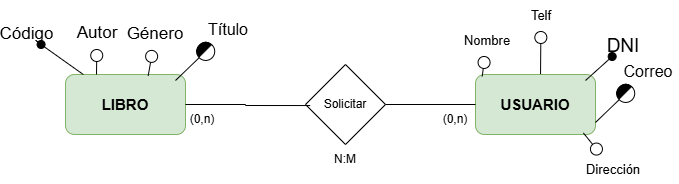
Above: Data Base/Práctica 1Biblioteca.drawio.png in Samue45/1-DAM (draw.io), before the change. Source tidied: cells renumbered, new cells last; positions are measured from the earlier drawing's top-left corner, leaving out a move shared by most shapes.
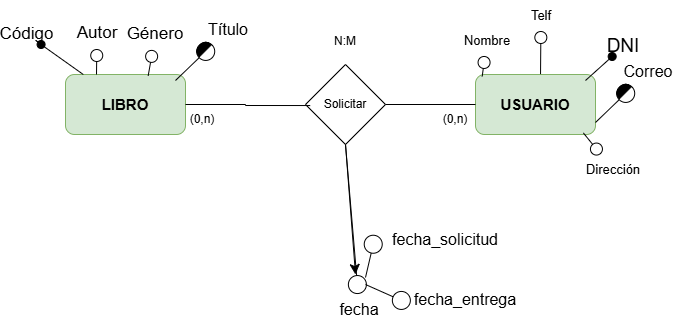
After the commit.

What changed in the source:
```diff
@@ -86,7 +86,7 @@
       <mxGeometry relative="1" as="geometry" />
     </mxCell>
     <mxCell id="27" value="N:M" style="text;html=1;align=center;verticalAlign=middle;whiteSpace=wrap;rounded=0;strokeWidth=2;" parent="1" vertex="1">
-      <mxGeometry x="310" y="144" width="60" height="30" as="geometry" />
+      <mxGeometry x="310" y="26" width="60" height="30" as="geometry" />
     </mxCell>
     <mxCell id="28" value="(0,n)" style="text;html=1;align=center;verticalAlign=middle;whiteSpace=wrap;rounded=0;" parent="1" vertex="1">
       <mxGeometry x="167.1" y="104" width="60" height="30" as="geometry" />
@@ -94,5 +94,34 @@
     <mxCell id="29" value="(0,n)" style="text;html=1;align=center;verticalAlign=middle;whiteSpace=wrap;rounded=0;" parent="1" vertex="1">
       <mxGeometry x="420" y="104" width="60" height="30" as="geometry" />
     </mxCell>
+    <mxCell id="30" value="fecha" style="text;html=1;align=center;verticalAlign=middle;whiteSpace=wrap;rounded=0;fontSize=16;direction=west;" parent="1" vertex="1">
+      <mxGeometry x="324" y="294" width="60" height="30" as="geometry" />
+    </mxCell>
+    <mxCell id="31" style="endArrow=circle;html=1;rounded=0;fontSize=12;startSize=8;endSize=8;curved=1;endFill=0;exitX=0.5;exitY=1;exitDx=0;exitDy=0;" parent="1" edge="1" source="25" target="30">
+      <mxGeometry relative="1" as="geometry" />
+    </mxCell>
+    <mxCell id="32" style="endArrow=classic;html=1;rounded=0;fontSize=12;startSize=8;endSize=8;curved=1;exitX=0.5;exitY=1;exitDx=0;exitDy=0;" parent="1" edge="1" source="25">
+      <mxGeometry relative="1" as="geometry">
+        <mxPoint x="350" y="274" as="targetPoint" />
+      </mxGeometry>
+    </mxCell>
+    <mxCell id="33" style="endArrow=circle;html=1;rounded=0;fontSize=12;startSize=8;endSize=8;curved=1;endFill=0;" parent="1" edge="1">
+      <mxGeometry relative="1" as="geometry">
+        <mxPoint x="360" y="277" as="sourcePoint" />
+        <mxPoint x="370" y="234" as="targetPoint" />
+      </mxGeometry>
+    </mxCell>
+    <mxCell id="34" style="endArrow=circle;html=1;rounded=0;fontSize=12;startSize=8;endSize=8;curved=1;endFill=0;" parent="1" edge="1">
+      <mxGeometry relative="1" as="geometry">
+        <mxPoint x="360" y="284" as="sourcePoint" />
+        <mxPoint x="405" y="304" as="targetPoint" />
+      </mxGeometry>
+    </mxCell>
+    <mxCell id="35" value="fecha_solicitud" style="text;html=1;align=center;verticalAlign=middle;whiteSpace=wrap;rounded=0;fontSize=16;direction=west;" parent="1" vertex="1">
+      <mxGeometry x="410" y="224" width="60" height="30" as="geometry" />
+    </mxCell>
+    <mxCell id="36" value="fecha_entrega" style="text;html=1;align=center;verticalAlign=middle;whiteSpace=wrap;rounded=0;fontSize=16;direction=west;" parent="1" vertex="1">
+      <mxGeometry x="430" y="284" width="60" height="30" as="geometry" />
+    </mxCell>
   </root>
 </mxGraphModel>
```
